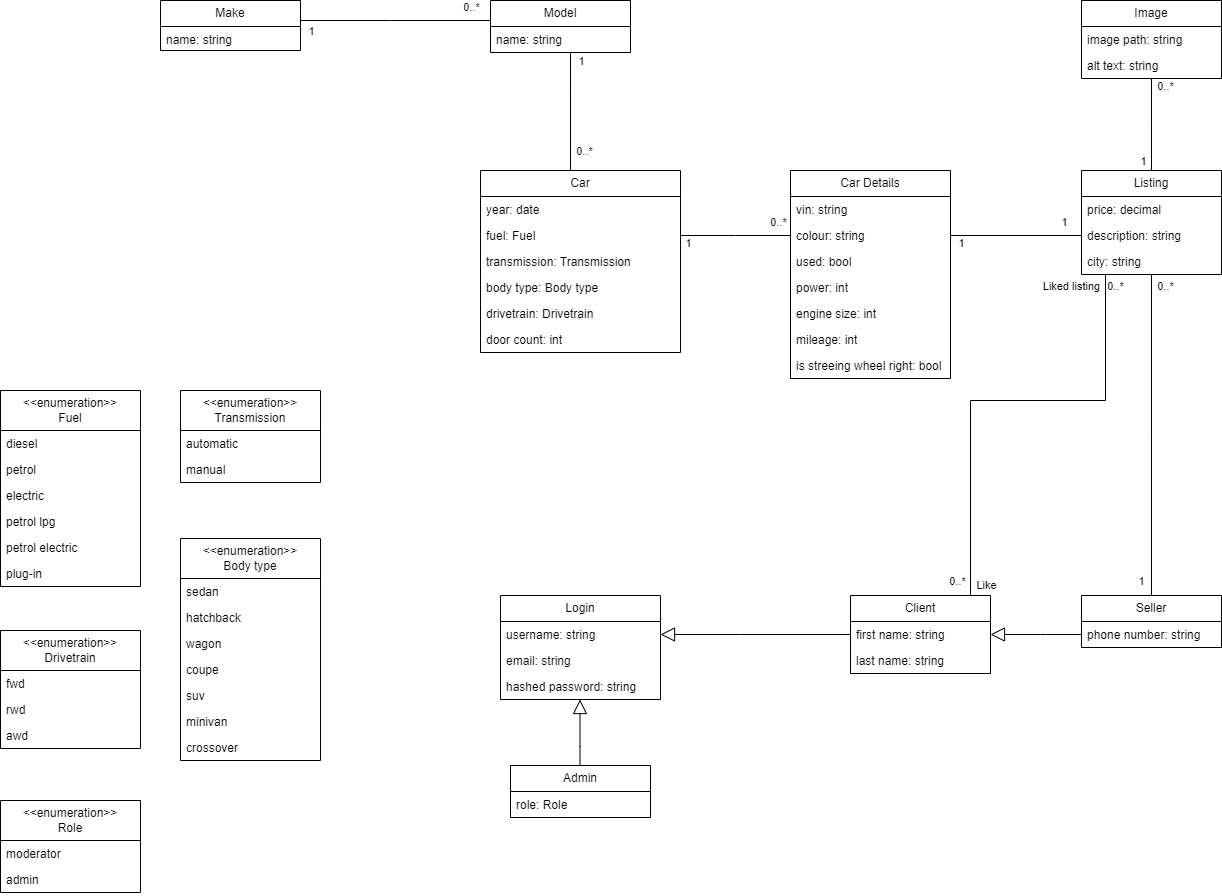
Before: docs/diagrams/entity-relationship-diagram.drawio.png, a diagram exported from draw.io (taurasbear/automotive-marketplace). Source tidied: cells renumbered, new cells last; positions are measured from the earlier drawing's top-left corner, leaving out a move shared by most shapes.
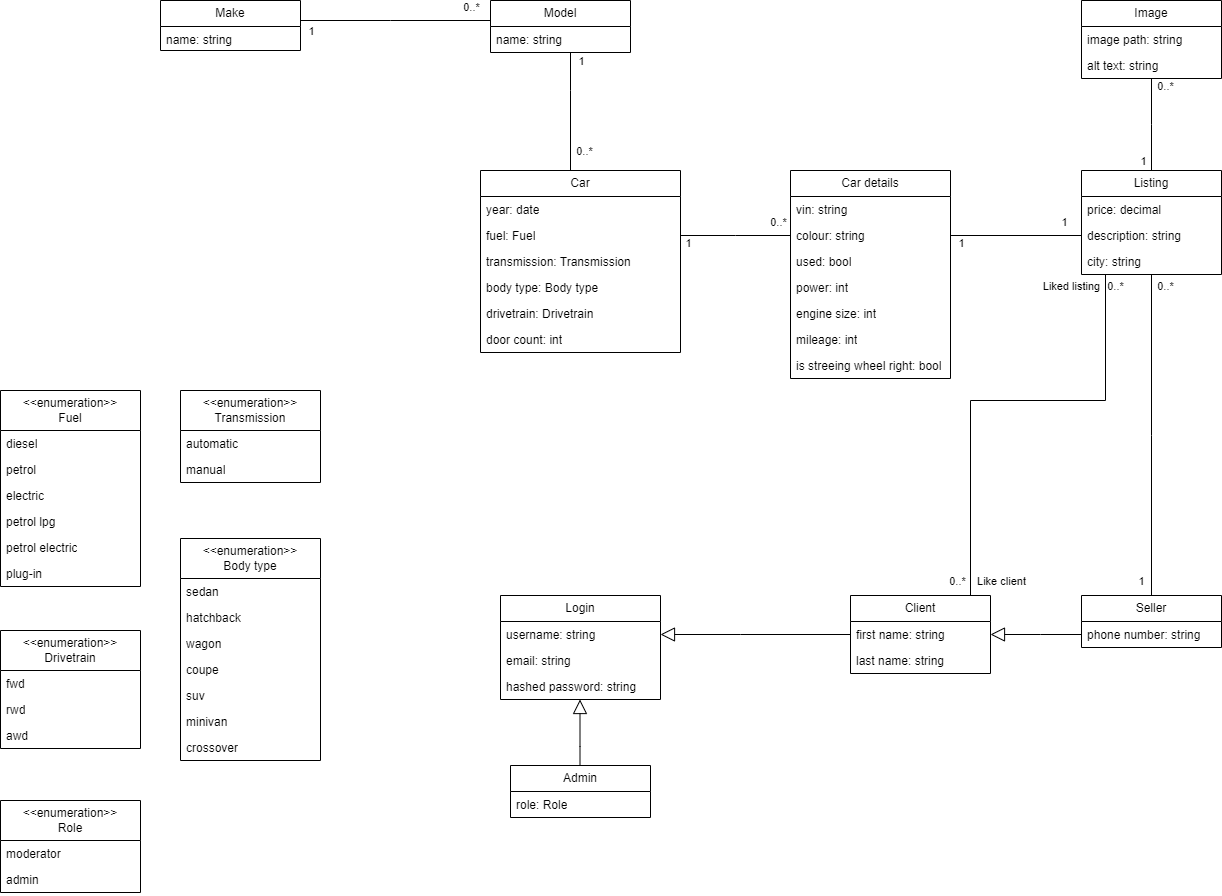
Later version of the same file.

Commit message:
Implemented foreign keys and navigation properties in Entity classes.

What changed in the source:
```diff
@@ -92,7 +92,7 @@
     <mxCell id="25" value="plug-in" style="text;strokeColor=none;fillColor=none;align=left;verticalAlign=top;spacingLeft=4;spacingRight=4;overflow=hidden;whiteSpace=wrap;html=1;" parent="19" vertex="1">
       <mxGeometry y="170" width="140" height="26" as="geometry" />
     </mxCell>
-    <mxCell id="26" value="Car Details" style="swimlane;fontStyle=0;horizontal=1;startSize=26;fillColor=none;whiteSpace=wrap;html=1;" parent="1" vertex="1">
+    <mxCell id="26" value="Car details" style="swimlane;fontStyle=0;horizontal=1;startSize=26;fillColor=none;whiteSpace=wrap;html=1;" parent="1" vertex="1">
       <mxGeometry x="790" y="170" width="160" height="208" as="geometry" />
     </mxCell>
     <mxCell id="27" value="vin: string" style="text;strokeColor=none;fillColor=none;align=left;verticalAlign=top;spacingLeft=4;spacingRight=4;overflow=hidden;whiteSpace=wrap;html=1;" parent="26" vertex="1">
@@ -248,9 +248,9 @@
         <mxPoint x="-36" y="-27" as="offset" />
       </mxGeometry>
     </mxCell>
-    <mxCell id="65" value="L&lt;span style=&quot;background-color: light-dark(#ffffff, var(--ge-dark-color, #121212)); color: light-dark(rgb(0, 0, 0), rgb(255, 255, 255));&quot;&gt;ike&lt;/span&gt;" style="edgeLabel;html=1;align=center;verticalAlign=middle;" parent="61" vertex="1">
+    <mxCell id="65" value="Like client" style="edgeLabel;html=1;align=center;verticalAlign=middle;" parent="61" vertex="1">
       <mxGeometry x="-0.92" relative="1" as="geometry">
-        <mxPoint x="15" y="7" as="offset" />
+        <mxPoint x="30" y="3" as="offset" />
       </mxGeometry>
     </mxCell>
     <mxCell id="66" value="Image" style="swimlane;fontStyle=0;horizontal=1;startSize=26;fillColor=none;whiteSpace=wrap;html=1;" parent="1" vertex="1">
```
